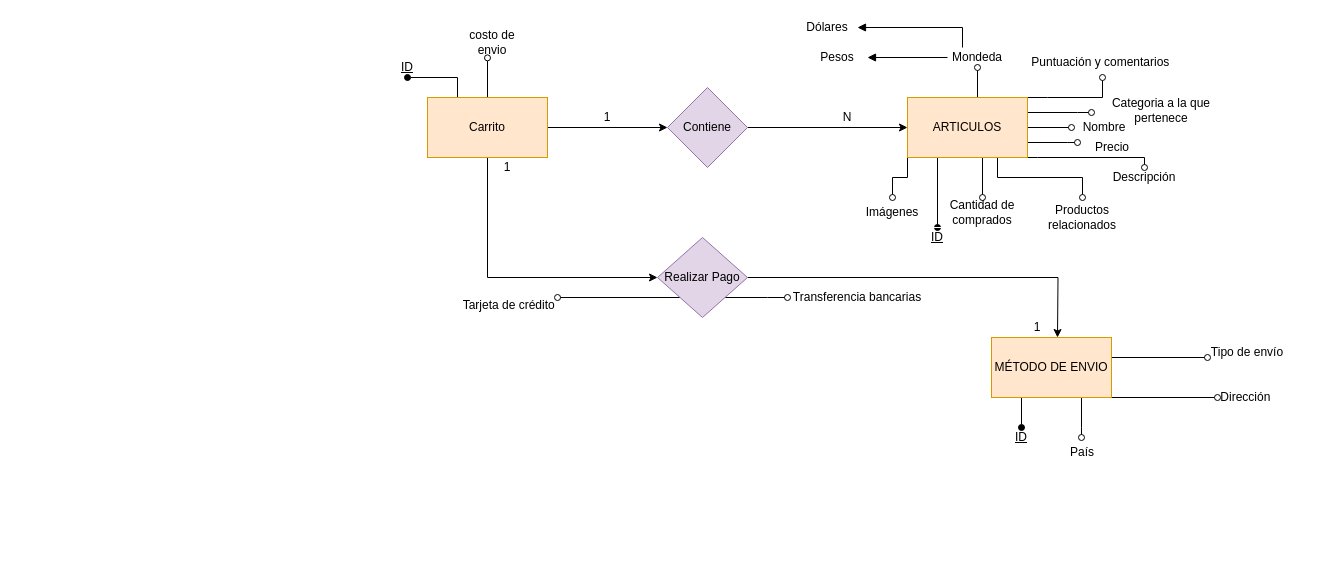
Before: Untitled Diagram.drawio in maytediaz98/trabajo-grupal, a draw.io diagram. Source tidied: cells renumbered, new cells numbered last; positions are measured from the earlier drawing's top-left corner, leaving out a move shared by most shapes. Both pictures are drawn from the tidied source at 100%, with x=0, y=0 at pixel (387, 17).
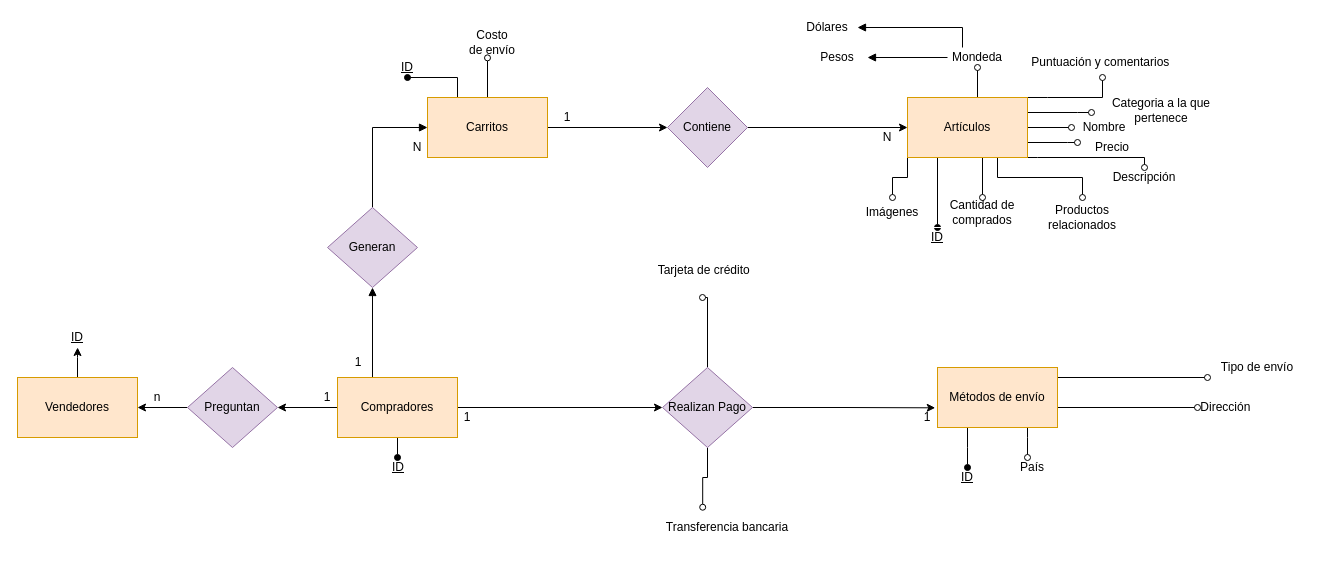
After the change.

Commit message:
Diagrama Ecommerce Entrega 1

Change to the diagram source:
```diff
@@
-    <mxCell id="3" style="edgeStyle=orthogonalEdgeStyle;rounded=0;jettySize=auto;html=1;exitX=0.5;exitY=1;exitDx=0;exitDy=0;endArrow=classic;endFill=1;" parent="1" edge="1" source="6" target="23">
+    <mxCell id="3" style="edgeStyle=orthogonalEdgeStyle;rounded=0;jettySize=auto;html=1;exitX=1;exitY=0.75;exitDx=0;exitDy=0;endArrow=classic;endFill=1;" parent="1" edge="1" source="62" target="23">
       <mxGeometry relative="1" as="geometry">
         <Array as="points">
-          <mxPoint x="100" y="260" />
+          <mxPoint x="70" y="390" />
+          <mxPoint x="315" y="390" />
         </Array>
       </mxGeometry>
     </mxCell>
@@
-    <mxCell id="6" value="Carrito" style="rounded=0;whiteSpace=wrap;html=1;fillColor=#ffe6cc;strokeColor=#d79b00;" parent="1" vertex="1">
+    <mxCell id="6" value="Carritos" style="rounded=0;whiteSpace=wrap;html=1;fillColor=#ffe6cc;strokeColor=#d79b00;" parent="1" vertex="1">
       <mxGeometry x="40" y="80" width="120" height="60" as="geometry" />
     </mxCell>
@@
-    <mxCell id="19" value="ARTICULOS" style="whiteSpace=wrap;html=1;rounded=0;fillColor=#ffe6cc;strokeColor=#d79b00;" parent="1" vertex="1">
+    <mxCell id="19" value="Artículos" style="whiteSpace=wrap;html=1;rounded=0;fillColor=#ffe6cc;strokeColor=#d79b00;" parent="1" vertex="1">
       <mxGeometry x="520" y="80" width="120" height="60" as="geometry" />
     </mxCell>
-    <mxCell id="20" style="edgeStyle=orthogonalEdgeStyle;rounded=0;jettySize=auto;html=1;" parent="1" edge="1" source="23">
-      <mxGeometry relative="1" as="geometry">
-        <mxPoint x="670" y="320" as="targetPoint" />
-      </mxGeometry>
+    <mxCell id="20" style="edgeStyle=orthogonalEdgeStyle;rounded=0;jettySize=auto;html=1;entryX=-0.019;entryY=0.672;entryDx=0;entryDy=0;entryPerimeter=0;" parent="1" edge="1" source="23" target="28">
+      <mxGeometry relative="1" as="geometry" />
     </mxCell>
-    <mxCell id="21" style="edgeStyle=orthogonalEdgeStyle;rounded=0;jettySize=auto;html=1;exitX=0;exitY=1;exitDx=0;exitDy=0;entryX=0.917;entryY=0.201;entryDx=0;entryDy=0;entryPerimeter=0;endArrow=oval;endFill=0;" parent="1" edge="1" source="23" target="41">
-      <mxGeometry relative="1" as="geometry" />
+    <mxCell id="21" style="edgeStyle=orthogonalEdgeStyle;rounded=0;jettySize=auto;html=1;exitX=0.5;exitY=0;exitDx=0;exitDy=0;endArrow=oval;endFill=0;" parent="1" edge="1" source="23">
+      <mxGeometry relative="1" as="geometry">
+        <mxPoint x="315" y="280" as="targetPoint" />
+        <Array as="points">
+          <mxPoint x="315" y="280" />
+        </Array>
+      </mxGeometry>
     </mxCell>
-    <mxCell id="22" style="edgeStyle=orthogonalEdgeStyle;rounded=0;jettySize=auto;html=1;exitX=1;exitY=1;exitDx=0;exitDy=0;endArrow=oval;endFill=0;" parent="1" edge="1" source="23">
-      <mxGeometry relative="1" as="geometry">
-        <mxPoint x="400" y="280" as="targetPoint" />
-      </mxGeometry>
+    <mxCell id="22" style="edgeStyle=orthogonalEdgeStyle;rounded=0;jettySize=auto;html=1;exitX=0.5;exitY=1;exitDx=0;exitDy=0;endArrow=oval;endFill=0;entryX=0.345;entryY=-0.007;entryDx=0;entryDy=0;entryPerimeter=0;" parent="1" edge="1" source="23" target="34">
+      <mxGeometry relative="1" as="geometry" />
     </mxCell>
-    <mxCell id="23" value="Realizar Pago" style="rhombus;whiteSpace=wrap;html=1;rounded=0;fillColor=#e1d5e7;strokeColor=#9673a6;" parent="1" vertex="1">
-      <mxGeometry x="270" y="220" width="90" height="80" as="geometry" />
+    <mxCell id="23" value="Realizan Pago" style="rhombus;whiteSpace=wrap;html=1;rounded=0;fillColor=#e1d5e7;strokeColor=#9673a6;" parent="1" vertex="1">
+      <mxGeometry x="275" y="350" width="90" height="80" as="geometry" />
     </mxCell>
-    <mxCell id="24" style="edgeStyle=orthogonalEdgeStyle;rounded=0;jettySize=auto;html=1;exitX=0.25;exitY=1;exitDx=0;exitDy=0;endArrow=oval;endFill=0;" parent="1" edge="1" source="28" target="35">
+    <mxCell id="24" style="edgeStyle=orthogonalEdgeStyle;rounded=0;jettySize=auto;html=1;exitX=0.25;exitY=1;exitDx=0;exitDy=0;endArrow=oval;endFill=0;" parent="1" edge="1" source="28" target="37">
       <mxGeometry relative="1" as="geometry">
         <Array as="points">
-          <mxPoint x="840" y="380" />
+          <mxPoint x="580" y="360" />
         </Array>
       </mxGeometry>
     </mxCell>
     <mxCell id="25" style="edgeStyle=orthogonalEdgeStyle;rounded=0;jettySize=auto;html=1;exitX=0.75;exitY=1;exitDx=0;exitDy=0;endArrow=oval;endFill=0;" parent="1" edge="1" source="28">
       <mxGeometry relative="1" as="geometry">
-        <mxPoint x="694" y="420" as="targetPoint" />
+        <mxPoint x="640" y="440" as="targetPoint" />
         <Array as="points">
-          <mxPoint x="694" y="410" />
-          <mxPoint x="694" y="410" />
+          <mxPoint x="640" y="420" />
         </Array>
       </mxGeometry>
     </mxCell>
-    <mxCell id="26" style="edgeStyle=orthogonalEdgeStyle;rounded=0;jettySize=auto;html=1;exitX=1;exitY=1;exitDx=0;exitDy=0;endArrow=oval;endFill=0;" parent="1" edge="1" source="28">
+    <mxCell id="26" style="edgeStyle=orthogonalEdgeStyle;rounded=0;jettySize=auto;html=1;exitX=1;exitY=1;exitDx=0;exitDy=0;endArrow=oval;endFill=0;entryX=0;entryY=0.5;entryDx=0;entryDy=0;" parent="1" edge="1" source="28" target="35">
       <mxGeometry relative="1" as="geometry">
-        <mxPoint x="820" y="340" as="targetPoint" />
         <Array as="points">
-          <mxPoint x="724" y="340" />
+          <mxPoint x="670" y="390" />
         </Array>
       </mxGeometry>
     </mxCell>
-    <mxCell id="27" style="edgeStyle=orthogonalEdgeStyle;rounded=0;jettySize=auto;html=1;exitX=0.25;exitY=1;exitDx=0;exitDy=0;endArrow=oval;endFill=1;" parent="1" edge="1" source="28" target="54">
-      <mxGeometry relative="1" as="geometry" />
+    <mxCell id="27" style="edgeStyle=orthogonalEdgeStyle;rounded=0;jettySize=auto;html=1;exitX=0.25;exitY=1;exitDx=0;exitDy=0;endArrow=oval;endFill=1;" parent="1" edge="1" source="28">
+      <mxGeometry relative="1" as="geometry">
+        <mxPoint x="580" y="450" as="targetPoint" />
+        <Array as="points">
+          <mxPoint x="580" y="430" />
+        </Array>
+      </mxGeometry>
     </mxCell>
-    <mxCell id="28" value="MÉTODO DE ENVIO" style="whiteSpace=wrap;html=1;rounded=0;fillColor=#ffe6cc;strokeColor=#d79b00;" parent="1" vertex="1">
-      <mxGeometry x="604" y="320" width="120" height="60" as="geometry" />
+    <mxCell id="28" value="Métodos de envío" style="whiteSpace=wrap;html=1;rounded=0;fillColor=#ffe6cc;strokeColor=#d79b00;" parent="1" vertex="1">
+      <mxGeometry x="550" y="350" width="120" height="60" as="geometry" />
     </mxCell>
@@
-    <mxCell id="34" value="Transferencia bancarias&lt;br&gt;" style="text;html=1;strokeColor=none;fillColor=none;align=center;verticalAlign=middle;whiteSpace=wrap;rounded=0;" parent="1" vertex="1">
-      <mxGeometry x="390" y="260" width="160" height="40" as="geometry" />
+    <mxCell id="34" value="Transferencia bancaria" style="text;html=1;strokeColor=none;fillColor=none;align=center;verticalAlign=middle;whiteSpace=wrap;rounded=0;" parent="1" vertex="1">
+      <mxGeometry x="260" y="490" width="160" height="40" as="geometry" />
     </mxCell>
     <mxCell id="35" value="Dirección&amp;nbsp;" style="text;html=1;strokeColor=none;fillColor=none;align=center;verticalAlign=middle;whiteSpace=wrap;rounded=0;" parent="1" vertex="1">
-      <mxGeometry x="830" y="370" width="60" height="20" as="geometry" />
+      <mxGeometry x="810" y="380" width="60" height="20" as="geometry" />
     </mxCell>
     <mxCell id="36" value="País" style="text;html=1;strokeColor=none;fillColor=none;align=center;verticalAlign=middle;whiteSpace=wrap;rounded=0;" parent="1" vertex="1">
-      <mxGeometry x="670" y="420" width="50" height="30" as="geometry" />
+      <mxGeometry x="620" y="435" width="50" height="30" as="geometry" />
     </mxCell>
     <mxCell id="37" value="Tipo de envío" style="text;html=1;strokeColor=none;fillColor=none;align=center;verticalAlign=middle;whiteSpace=wrap;rounded=0;" parent="1" vertex="1">
-      <mxGeometry x="795" y="320" width="130" height="30" as="geometry" />
+      <mxGeometry x="820" y="335" width="100" height="30" as="geometry" />
     </mxCell>
     <mxCell id="38" value="N" style="text;html=1;strokeColor=none;fillColor=none;align=center;verticalAlign=middle;whiteSpace=wrap;rounded=0;" parent="1" vertex="1">
-      <mxGeometry x="440" y="90" width="40" height="20" as="geometry" />
+      <mxGeometry x="480" y="110" width="40" height="20" as="geometry" />
     </mxCell>
     <mxCell id="39" value="1" style="text;html=1;strokeColor=none;fillColor=none;align=center;verticalAlign=middle;whiteSpace=wrap;rounded=0;" parent="1" vertex="1">
-      <mxGeometry x="200" y="90" width="40" height="20" as="geometry" />
+      <mxGeometry x="160" y="90" width="40" height="20" as="geometry" />
     </mxCell>
     <mxCell id="40" value="1" style="text;html=1;strokeColor=none;fillColor=none;align=center;verticalAlign=middle;whiteSpace=wrap;rounded=0;" parent="1" vertex="1">
-      <mxGeometry x="630" y="300" width="40" height="20" as="geometry" />
+      <mxGeometry x="520" y="390" width="40" height="20" as="geometry" />
     </mxCell>
     <mxCell id="41" value="&amp;nbsp;Tarjeta de crédito" style="text;html=1;strokeColor=none;fillColor=none;align=center;verticalAlign=middle;whiteSpace=wrap;rounded=0;" parent="1" vertex="1">
-      <mxGeometry x="60" y="275" width="120" height="25" as="geometry" />
+      <mxGeometry x="255" y="240" width="120" height="25" as="geometry" />
     </mxCell>
-    <mxCell id="42" value="costo de envio" style="text;html=1;strokeColor=none;fillColor=none;align=center;verticalAlign=middle;whiteSpace=wrap;rounded=0;" parent="1" vertex="1">
+    <mxCell id="42" value="Costo de envío" style="text;html=1;strokeColor=none;fillColor=none;align=center;verticalAlign=middle;whiteSpace=wrap;rounded=0;" parent="1" vertex="1">
       <mxGeometry x="80" y="10" width="50" height="30" as="geometry" />
     </mxCell>
@@
-    <mxCell id="53" value="1" style="text;html=1;strokeColor=none;fillColor=none;align=center;verticalAlign=middle;whiteSpace=wrap;rounded=0;" parent="1" vertex="1">
-      <mxGeometry x="100" y="140" width="40" height="20" as="geometry" />
-    </mxCell>
     <mxCell id="54" value="&lt;u&gt;ID&lt;/u&gt;" style="text;html=1;strokeColor=none;fillColor=none;align=center;verticalAlign=middle;whiteSpace=wrap;rounded=0;" parent="1" vertex="1">
-      <mxGeometry x="614" y="410" width="40" height="20" as="geometry" />
+      <mxGeometry x="560" y="450" width="40" height="20" as="geometry" />
     </mxCell>
@@
+    <mxCell id="59" style="edgeStyle=orthogonalEdgeStyle;rounded=0;jettySize=auto;html=1;exitX=0.5;exitY=0;exitDx=0;exitDy=0;entryX=0.5;entryY=1;entryDx=0;entryDy=0;endArrow=block;endFill=1;" parent="1" edge="1" source="62" target="64">
+      <mxGeometry relative="1" as="geometry">
+        <Array as="points">
+          <mxPoint x="-15" y="360" />
+        </Array>
+      </mxGeometry>
+    </mxCell>
+    <mxCell id="60" style="edgeStyle=orthogonalEdgeStyle;rounded=0;jettySize=auto;html=1;exitX=0.5;exitY=1;exitDx=0;exitDy=0;endArrow=oval;endFill=1;" parent="1" edge="1" source="62" target="67">
+      <mxGeometry relative="1" as="geometry" />
+    </mxCell>
+    <mxCell id="61" style="edgeStyle=orthogonalEdgeStyle;rounded=0;jettySize=auto;html=1;exitX=0;exitY=0.5;exitDx=0;exitDy=0;entryX=1;entryY=0.5;entryDx=0;entryDy=0;endArrow=classic;endFill=1;" parent="1" edge="1" source="62" target="72">
+      <mxGeometry relative="1" as="geometry" />
+    </mxCell>
+    <mxCell id="62" value="Compradores" style="rounded=0;whiteSpace=wrap;html=1;fillColor=#ffe6cc;strokeColor=#d79b00;" parent="1" vertex="1">
+      <mxGeometry x="-50" y="360" width="120" height="60" as="geometry" />
+    </mxCell>
+    <mxCell id="63" style="edgeStyle=orthogonalEdgeStyle;rounded=0;jettySize=auto;html=1;exitX=0.5;exitY=0;exitDx=0;exitDy=0;entryX=0;entryY=0.5;entryDx=0;entryDy=0;endArrow=block;endFill=1;" parent="1" edge="1" source="64" target="6">
+      <mxGeometry relative="1" as="geometry" />
+    </mxCell>
+    <mxCell id="64" value="Generan" style="rhombus;whiteSpace=wrap;html=1;rounded=0;fillColor=#e1d5e7;strokeColor=#9673a6;" parent="1" vertex="1">
+      <mxGeometry x="-60" y="190" width="90" height="80" as="geometry" />
+    </mxCell>
+    <mxCell id="65" value="N" style="text;html=1;strokeColor=none;fillColor=none;align=center;verticalAlign=middle;whiteSpace=wrap;rounded=0;" parent="1" vertex="1">
+      <mxGeometry x="10" y="120" width="40" height="20" as="geometry" />
+    </mxCell>
+    <mxCell id="66" value="1" style="text;html=1;strokeColor=none;fillColor=none;align=center;verticalAlign=middle;whiteSpace=wrap;rounded=0;" parent="1" vertex="1">
+      <mxGeometry x="-49.5" y="335" width="40" height="20" as="geometry" />
+    </mxCell>
+    <mxCell id="67" value="&lt;u&gt;ID&lt;/u&gt;" style="text;html=1;strokeColor=none;fillColor=none;align=center;verticalAlign=middle;whiteSpace=wrap;rounded=0;" parent="1" vertex="1">
+      <mxGeometry x="-9.5" y="440" width="40" height="20" as="geometry" />
+    </mxCell>
+    <mxCell id="68" value="1" style="text;html=1;strokeColor=none;fillColor=none;align=center;verticalAlign=middle;whiteSpace=wrap;rounded=0;" parent="1" vertex="1">
+      <mxGeometry x="60" y="390" width="40" height="20" as="geometry" />
+    </mxCell>
+    <mxCell id="69" style="edgeStyle=orthogonalEdgeStyle;rounded=0;jettySize=auto;html=1;exitX=0.5;exitY=0;exitDx=0;exitDy=0;endArrow=classic;endFill=1;" parent="1" edge="1" source="70" target="73">
+      <mxGeometry relative="1" as="geometry" />
+    </mxCell>
+    <mxCell id="70" value="Vendedores" style="rounded=0;whiteSpace=wrap;html=1;fillColor=#ffe6cc;strokeColor=#d79b00;" parent="1" vertex="1">
+      <mxGeometry x="-370" y="360" width="120" height="60" as="geometry" />
+    </mxCell>
+    <mxCell id="71" style="edgeStyle=orthogonalEdgeStyle;rounded=0;jettySize=auto;html=1;endArrow=classic;endFill=1;" parent="1" edge="1" source="72" target="70">
+      <mxGeometry relative="1" as="geometry" />
+    </mxCell>
+    <mxCell id="72" value="Preguntan" style="rhombus;whiteSpace=wrap;html=1;rounded=0;fillColor=#e1d5e7;strokeColor=#9673a6;" parent="1" vertex="1">
+      <mxGeometry x="-200" y="350" width="90" height="80" as="geometry" />
+    </mxCell>
+    <mxCell id="73" value="&lt;u&gt;ID&lt;/u&gt;" style="text;html=1;strokeColor=none;fillColor=none;align=center;verticalAlign=middle;whiteSpace=wrap;rounded=0;" parent="1" vertex="1">
+      <mxGeometry x="-329.9" y="310" width="40" height="20" as="geometry" />
+    </mxCell>
+    <mxCell id="74" value="n" style="text;html=1;strokeColor=none;fillColor=none;align=center;verticalAlign=middle;whiteSpace=wrap;rounded=0;" parent="1" vertex="1">
+      <mxGeometry x="-250" y="370" width="40" height="20" as="geometry" />
+    </mxCell>
+    <mxCell id="75" value="1" style="text;html=1;strokeColor=none;fillColor=none;align=center;verticalAlign=middle;whiteSpace=wrap;rounded=0;" parent="1" vertex="1">
+      <mxGeometry x="-80" y="370" width="40" height="20" as="geometry" />
+    </mxCell>
```
